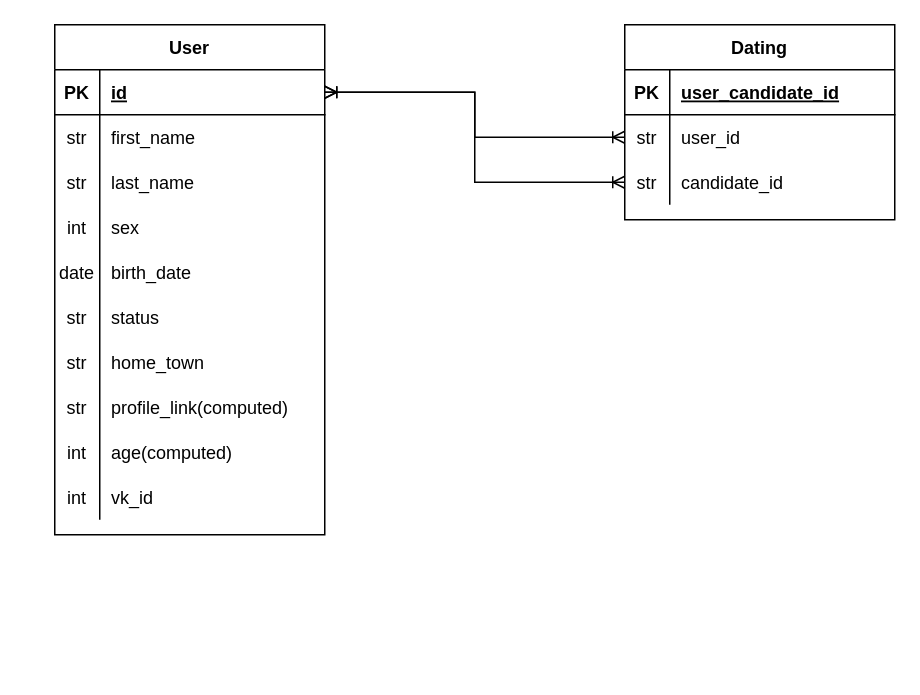
The draw.io diagram db_scheme.drawio in lawejr/netology_vkinder, before the edit. Source tidied: cells renumbered, new cells numbered last; positions are measured from the earlier drawing's top-left corner, leaving out a move shared by most shapes. Both pictures are drawn from the tidied source at 150%, with x=0, y=0 at pixel (54, 24).
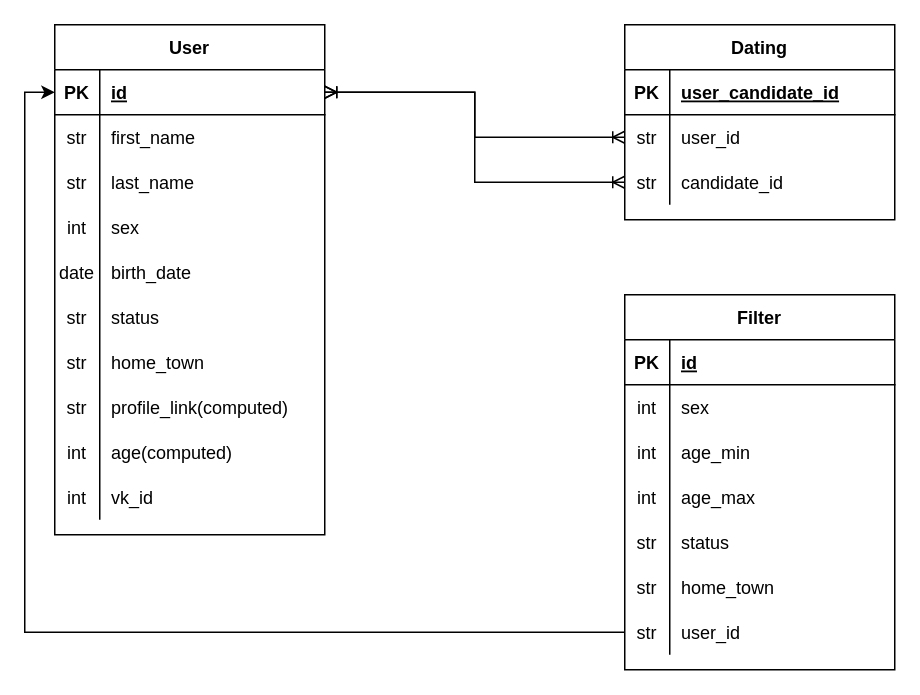
The same diagram, later.

Unchanged cells that the change refers to:
```xml
<mxCell id="3" style="shape=partialRectangle;fillColor=none;top=0;left=0;bottom=1;right=0;points=[[0,0.5],[1,0.5]];portConstraint=eastwest;" parent="2" vertex="1">
  <mxGeometry y="30" width="180" height="30" as="geometry" />
</mxCell>
```

What changed in the source:
```diff
@@
+    <mxCell id="45" value="Filter" style="shape=table;startSize=30;childLayout=tableLayout;rowLines=0;fontStyle=1;align=center;" parent="1" vertex="1">
+      <mxGeometry x="380" y="180" width="180" height="250" as="geometry" />
+    </mxCell>
+    <mxCell id="46" style="shape=partialRectangle;fillColor=none;top=0;left=0;bottom=1;right=0;" parent="45" vertex="1">
+      <mxGeometry y="30" width="180" height="30" as="geometry" />
+    </mxCell>
+    <mxCell id="47" value="PK" style="shape=partialRectangle;fillColor=none;top=0;left=0;bottom=0;right=0;fontStyle=1;overflow=hidden;" parent="46" vertex="1">
+      <mxGeometry width="30" height="30" as="geometry" />
+    </mxCell>
+    <mxCell id="48" value="id" style="shape=partialRectangle;fillColor=none;top=0;left=0;bottom=0;right=0;align=left;spacingLeft=6;fontStyle=5;overflow=hidden;" parent="46" vertex="1">
+      <mxGeometry x="30" width="150" height="30" as="geometry" />
+    </mxCell>
+    <mxCell id="49" style="shape=partialRectangle;fillColor=none;top=0;left=0;bottom=0;right=0;" parent="45" vertex="1">
+      <mxGeometry y="60" width="180" height="30" as="geometry" />
+    </mxCell>
+    <mxCell id="50" value="int" style="shape=partialRectangle;fillColor=none;top=0;left=0;bottom=0;right=0;overflow=hidden;" parent="49" vertex="1">
+      <mxGeometry width="30" height="30" as="geometry" />
+    </mxCell>
+    <mxCell id="51" value="sex" style="shape=partialRectangle;fillColor=none;top=0;left=0;bottom=0;right=0;align=left;spacingLeft=6;overflow=hidden;" parent="49" vertex="1">
+      <mxGeometry x="30" width="150" height="30" as="geometry" />
+    </mxCell>
+    <mxCell id="52" style="shape=partialRectangle;fillColor=none;top=0;left=0;bottom=0;right=0;" parent="45" vertex="1">
+      <mxGeometry y="90" width="180" height="30" as="geometry" />
+    </mxCell>
+    <mxCell id="53" value="int" style="shape=partialRectangle;fillColor=none;top=0;left=0;bottom=0;right=0;overflow=hidden;" parent="52" vertex="1">
+      <mxGeometry width="30" height="30" as="geometry" />
+    </mxCell>
+    <mxCell id="54" value="age_min" style="shape=partialRectangle;fillColor=none;top=0;left=0;bottom=0;right=0;align=left;spacingLeft=6;overflow=hidden;" parent="52" vertex="1">
+      <mxGeometry x="30" width="150" height="30" as="geometry" />
+    </mxCell>
+    <mxCell id="55" style="shape=partialRectangle;fillColor=none;top=0;left=0;bottom=0;right=0;" parent="45" vertex="1">
+      <mxGeometry y="120" width="180" height="30" as="geometry" />
+    </mxCell>
+    <mxCell id="56" value="int" style="shape=partialRectangle;fillColor=none;top=0;left=0;bottom=0;right=0;overflow=hidden;" parent="55" vertex="1">
+      <mxGeometry width="30" height="30" as="geometry" />
+    </mxCell>
+    <mxCell id="57" value="age_max" style="shape=partialRectangle;fillColor=none;top=0;left=0;bottom=0;right=0;align=left;spacingLeft=6;overflow=hidden;" parent="55" vertex="1">
+      <mxGeometry x="30" width="150" height="30" as="geometry" />
+    </mxCell>
+    <mxCell id="58" style="shape=partialRectangle;fillColor=none;top=0;left=0;bottom=0;right=0;" parent="45" vertex="1">
+      <mxGeometry y="150" width="180" height="30" as="geometry" />
+    </mxCell>
+    <mxCell id="59" value="str" style="shape=partialRectangle;fillColor=none;top=0;left=0;bottom=0;right=0;overflow=hidden;" parent="58" vertex="1">
+      <mxGeometry width="30" height="30" as="geometry" />
+    </mxCell>
+    <mxCell id="60" value="status" style="shape=partialRectangle;fillColor=none;top=0;left=0;bottom=0;right=0;align=left;spacingLeft=6;overflow=hidden;" parent="58" vertex="1">
+      <mxGeometry x="30" width="150" height="30" as="geometry" />
+    </mxCell>
+    <mxCell id="61" style="shape=partialRectangle;fillColor=none;top=0;left=0;bottom=0;right=0;" parent="45" vertex="1">
+      <mxGeometry y="180" width="180" height="30" as="geometry" />
+    </mxCell>
+    <mxCell id="62" value="str" style="shape=partialRectangle;fillColor=none;top=0;left=0;bottom=0;right=0;overflow=hidden;" parent="61" vertex="1">
+      <mxGeometry width="30" height="30" as="geometry" />
+    </mxCell>
+    <mxCell id="63" value="home_town" style="shape=partialRectangle;fillColor=none;top=0;left=0;bottom=0;right=0;align=left;spacingLeft=6;overflow=hidden;" parent="61" vertex="1">
+      <mxGeometry x="30" width="150" height="30" as="geometry" />
+    </mxCell>
+    <mxCell id="64" style="shape=partialRectangle;fillColor=none;top=0;left=0;bottom=0;right=0;points=[[0,0.5],[1,0.5]];portConstraint=eastwest;" parent="45" vertex="1">
+      <mxGeometry y="210" width="180" height="30" as="geometry" />
+    </mxCell>
+    <mxCell id="65" value="str" style="shape=partialRectangle;fillColor=none;top=0;left=0;bottom=0;right=0;overflow=hidden;" parent="64" vertex="1">
+      <mxGeometry width="30" height="30" as="geometry" />
+    </mxCell>
+    <mxCell id="66" value="user_id" style="shape=partialRectangle;fillColor=none;top=0;left=0;bottom=0;right=0;align=left;spacingLeft=6;overflow=hidden;" parent="64" vertex="1">
+      <mxGeometry x="30" width="150" height="30" as="geometry" />
+    </mxCell>
+    <mxCell id="67" style="edgeStyle=orthogonalEdgeStyle;rounded=0;jettySize=auto;html=1;entryX=0;entryY=0.5;entryDx=0;entryDy=0;" parent="1" edge="1" source="64" target="3">
+      <mxGeometry relative="1" as="geometry" />
+    </mxCell>
```
